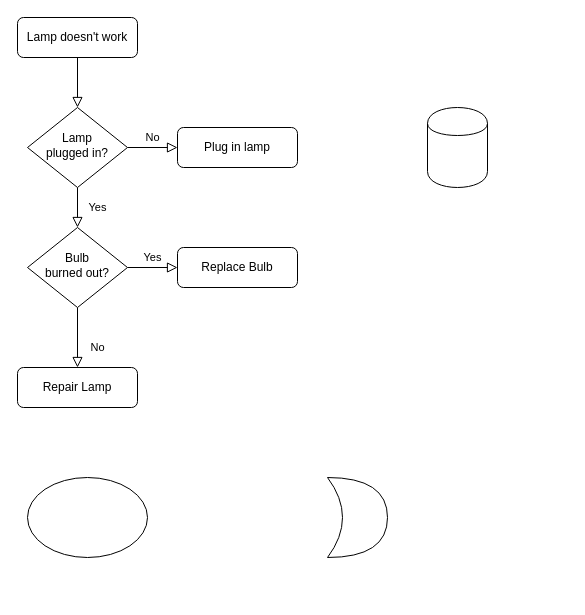
The draw.io diagram Untitled Diagram.drawio in czq7966/drawio, before the edit. Source tidied: cells renumbered, new cells numbered last; positions are measured from the earlier drawing's top-left corner, leaving out a move shared by most shapes. Both pictures are drawn from the tidied source at 100%, with x=0, y=0 at pixel (17, 17).
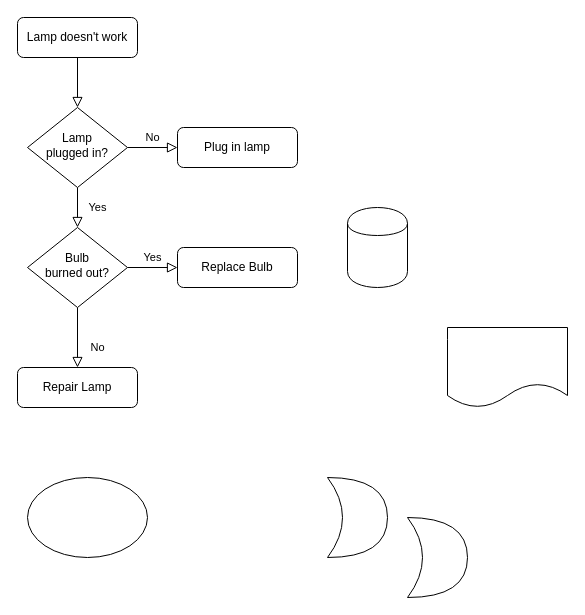
After the change.

What changed in the source:
```diff
@@
 <mxGraphModel>
   <root>
     <mxCell id="0" />
     <mxCell id="1" parent="0" />
     <mxCell id="2" style="rounded=0;html=1;jettySize=auto;fontSize=11;endArrow=block;endFill=0;endSize=8;strokeWidth=1;shadow=0;labelBackgroundColor=none;edgeStyle=orthogonalEdgeStyle;" parent="1" edge="1" source="3" target="6">
       <mxGeometry relative="1" as="geometry" />
     </mxCell>
     <mxCell id="3" value="Lamp doesn't work" style="rounded=1;whiteSpace=wrap;html=1;fontSize=12;glass=0;strokeWidth=1;shadow=0;" parent="1" vertex="1">
       <mxGeometry width="120" height="40" as="geometry" />
     </mxCell>
     <mxCell id="4" value="Yes" style="rounded=0;html=1;jettySize=auto;fontSize=11;endArrow=block;endFill=0;endSize=8;strokeWidth=1;shadow=0;labelBackgroundColor=none;edgeStyle=orthogonalEdgeStyle;" parent="1" edge="1" source="6" target="10">
       <mxGeometry y="20" relative="1" as="geometry" />
     </mxCell>
     <mxCell id="5" value="No" style="edgeStyle=orthogonalEdgeStyle;rounded=0;html=1;jettySize=auto;fontSize=11;endArrow=block;endFill=0;endSize=8;strokeWidth=1;shadow=0;labelBackgroundColor=none;" parent="1" edge="1" source="6" target="7">
       <mxGeometry y="10" relative="1" as="geometry" />
     </mxCell>
     <mxCell id="6" value="Lamp&lt;br&gt;plugged in?" style="rhombus;whiteSpace=wrap;html=1;shadow=0;fontFamily=Helvetica;fontSize=12;align=center;strokeWidth=1;spacing=6;spacingTop=-4;" parent="1" vertex="1">
       <mxGeometry x="10" y="90" width="100" height="80" as="geometry" />
     </mxCell>
     <mxCell id="7" value="Plug in lamp" style="rounded=1;whiteSpace=wrap;html=1;fontSize=12;glass=0;strokeWidth=1;shadow=0;" parent="1" vertex="1">
       <mxGeometry x="160" y="110" width="120" height="40" as="geometry" />
     </mxCell>
     <mxCell id="8" value="No" style="rounded=0;html=1;jettySize=auto;fontSize=11;endArrow=block;endFill=0;endSize=8;strokeWidth=1;shadow=0;labelBackgroundColor=none;edgeStyle=orthogonalEdgeStyle;" parent="1" edge="1" source="10" target="11">
       <mxGeometry x="0.33" y="20" relative="1" as="geometry" />
     </mxCell>
     <mxCell id="9" value="Yes" style="edgeStyle=orthogonalEdgeStyle;rounded=0;html=1;jettySize=auto;fontSize=11;endArrow=block;endFill=0;endSize=8;strokeWidth=1;shadow=0;labelBackgroundColor=none;" parent="1" edge="1" source="10" target="12">
       <mxGeometry y="10" relative="1" as="geometry" />
     </mxCell>
     <mxCell id="10" value="Bulb&lt;br&gt;burned out?" style="rhombus;whiteSpace=wrap;html=1;shadow=0;fontFamily=Helvetica;fontSize=12;align=center;strokeWidth=1;spacing=6;spacingTop=-4;" parent="1" vertex="1">
       <mxGeometry x="10" y="210" width="100" height="80" as="geometry" />
     </mxCell>
     <mxCell id="11" value="Repair Lamp" style="rounded=1;whiteSpace=wrap;html=1;fontSize=12;glass=0;strokeWidth=1;shadow=0;" parent="1" vertex="1">
       <mxGeometry y="350" width="120" height="40" as="geometry" />
     </mxCell>
     <mxCell id="12" value="Replace Bulb" style="rounded=1;whiteSpace=wrap;html=1;fontSize=12;glass=0;strokeWidth=1;shadow=0;" parent="1" vertex="1">
       <mxGeometry x="160" y="230" width="120" height="40" as="geometry" />
     </mxCell>
     <mxCell id="13" style="ellipse;whiteSpace=wrap;html=1;" parent="1" vertex="1">
       <mxGeometry x="10" y="460" width="120" height="80" as="geometry" />
     </mxCell>
     <mxCell id="14" style="shape=xor;whiteSpace=wrap;html=1;" parent="1" vertex="1">
       <mxGeometry x="310" y="460" width="60" height="80" as="geometry" />
     </mxCell>
+    <mxCell id="16" style="shape=document;whiteSpace=wrap;html=1;boundedLbl=1;" parent="1" vertex="1">
+      <mxGeometry x="430" y="310" width="120" height="80" as="geometry" />
+    </mxCell>
     <mxCell id="15" style="shape=cylinder;whiteSpace=wrap;html=1;boundedLbl=1;backgroundOutline=1;" parent="1" vertex="1">
-      <mxGeometry x="410" y="90" width="60" height="80" as="geometry" />
+      <mxGeometry x="330" y="190" width="60" height="80" as="geometry" />
     </mxCell>
+    <mxCell id="17" style="shape=xor;whiteSpace=wrap;html=1;" parent="1" vertex="1">
+      <mxGeometry x="390" y="500" width="60" height="80" as="geometry" />
+    </mxCell>
   </root>
 </mxGraphModel>
```
